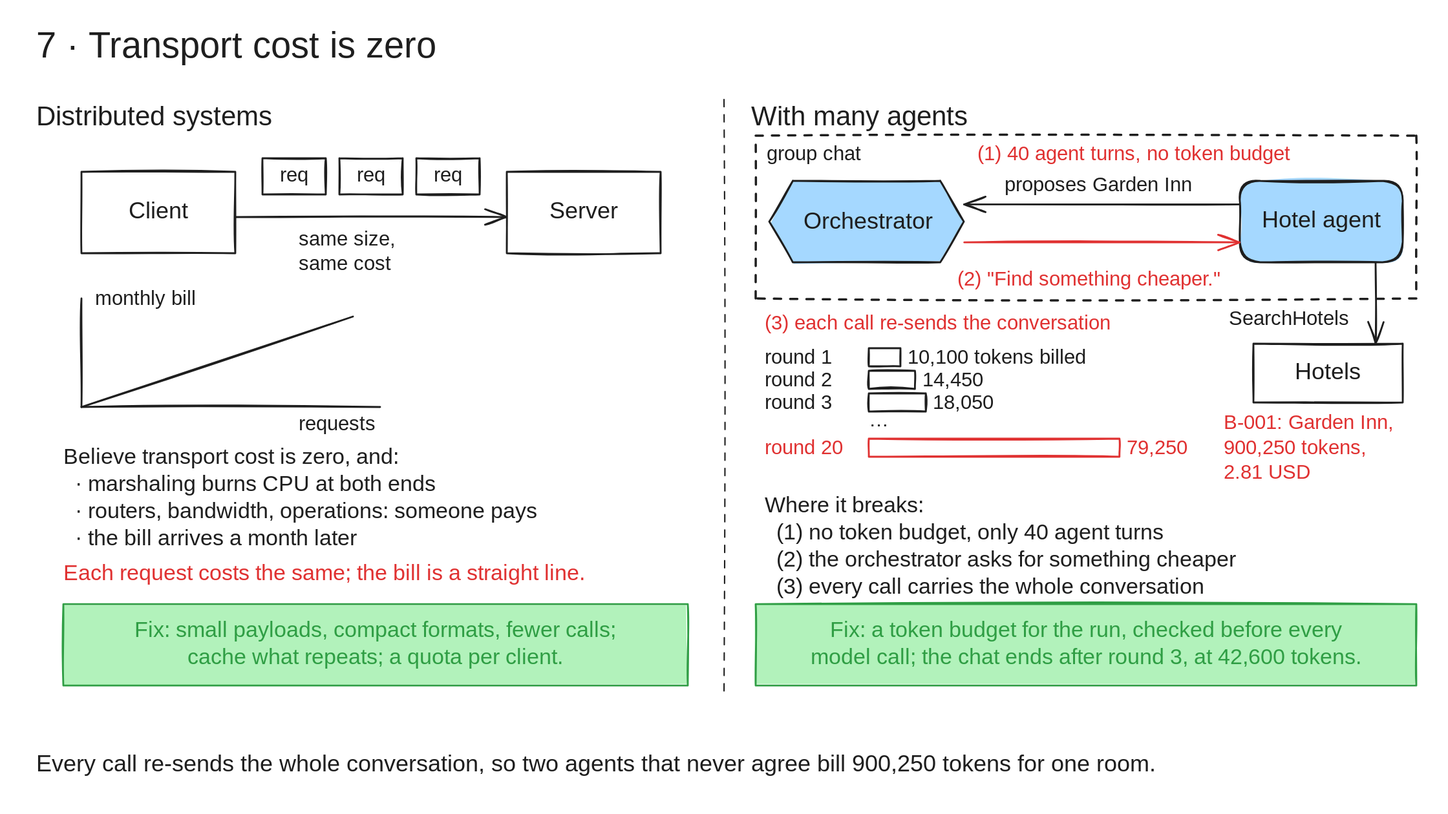
Above: fallacies/07-transport-cost-is-zero/diagram.excalidraw.svg in cdiazal/fallacies-of-distributed-agents (Excalidraw), before the change. Source tidied: one line per element, renumbered; positions are measured from the earlier drawing's top-left corner, leaving out a move shared by most shapes.
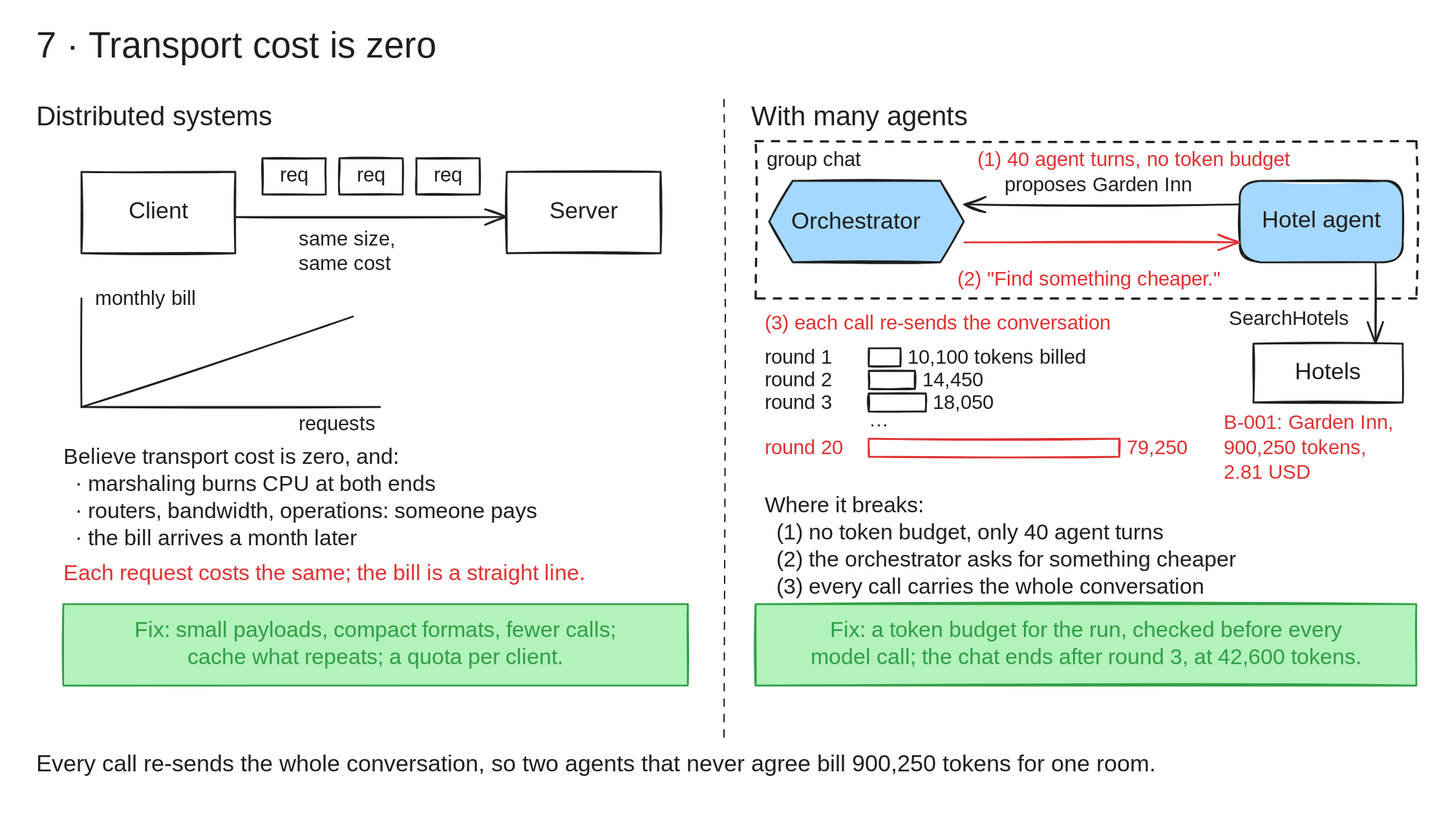
Above is the later version.

The edit, as a diff of the source:
```diff
@@ -1,8 +1,8 @@
-{"id": 0, "type": "text", "text": "7 · Transport cost is zero", "strokeColor": "#1e1e1e", "strokeWidth": 2, "roughness": 1, "fontSize": 40, "fontFamily": 5, "x": 40, "y": 28, "width": 512, "height": 50}
+{"id": 0, "type": "text", "text": "7 · Transport cost is zero", "strokeColor": "#1e1e1e", "strokeWidth": 2, "roughness": 1, "fontSize": 40, "fontFamily": 5, "x": 40, "y": 28, "width": 507, "height": 50}
 {"id": 1, "type": "text", "text": "Distributed systems", "strokeColor": "#1e1e1e", "strokeWidth": 2, "roughness": 1, "fontSize": 30, "fontFamily": 5, "x": 40, "y": 112, "width": 297, "height": 38}
 {"id": 2, "type": "text", "text": "With many agents", "strokeColor": "#1e1e1e", "strokeWidth": 2, "roughness": 1, "fontSize": 30, "fontFamily": 5, "x": 830, "y": 112, "width": 256, "height": 38}
-{"id": 3, "type": "line", "strokeColor": "#1e1e1e", "strokeWidth": 1, "strokeStyle": "dashed", "roughness": 1, "x": 800, "y": 110, "width": 0, "height": 660, "points": [[0, 0], [0, 660]]}
+{"id": 3, "type": "line", "strokeColor": "#1e1e1e", "strokeWidth": 1, "strokeStyle": "dashed", "roughness": 1, "x": 800, "y": 110, "width": 0, "height": 705, "points": [[0, 0], [0, 705]]}
-{"id": 4, "type": "text", "text": "Every call re-sends the whole conversation, so two agents that never agree bill 900,250 tokens for one room.", "strokeColor": "#1e1e1e", "strokeWidth": 2, "roughness": 1, "fontSize": 26, "fontFamily": 5, "x": 40, "y": 830, "width": 1401, "height": 32}
+{"id": 4, "type": "text", "text": "Every call re-sends the whole conversation, so two agents that never agree bill 900,250 tokens for one room.", "strokeColor": "#1e1e1e", "strokeWidth": 2, "roughness": 1, "fontSize": 26, "fontFamily": 5, "x": 40, "y": 830, "width": 1397, "height": 32}
 {"id": 5, "type": "rectangle", "strokeColor": "#1e1e1e", "strokeWidth": 2, "roughness": 1, "x": 90, "y": 190, "width": 170, "height": 90}
 {"id": 6, "type": "rectangle", "strokeColor": "#1e1e1e", "strokeWidth": 2, "roughness": 1, "x": 560, "y": 190, "width": 170, "height": 90}
 {"id": 7, "type": "rectangle", "strokeColor": "#1e1e1e", "strokeWidth": 2, "roughness": 1, "x": 290, "y": 175, "width": 70, "height": 40}
@@ -16,45 +16,45 @@
 {"id": 15, "type": "text", "text": "monthly bill", "strokeColor": "#1e1e1e", "strokeWidth": 2, "roughness": 1, "fontSize": 22, "fontFamily": 5, "x": 105, "y": 318, "width": 117, "height": 28}
 {"id": 16, "type": "text", "text": "requests", "strokeColor": "#1e1e1e", "strokeWidth": 2, "roughness": 1, "fontSize": 22, "fontFamily": 5, "x": 330, "y": 456, "width": 92, "height": 28}
 {"id": 17, "type": "text", "text": "Believe transport cost is zero, and:\n  · marshaling burns CPU at both ends\n  · routers, bandwidth, operations: someone pays\n  · the bill arrives a month later", "strokeColor": "#1e1e1e", "strokeWidth": 2, "roughness": 1, "fontSize": 24, "fontFamily": 5, "x": 70, "y": 492, "width": 566, "height": 120}
-{"id": 18, "type": "text", "text": "Each request costs the same; the bill is a straight line.", "strokeColor": "#e03131", "strokeWidth": 2, "roughness": 1, "fontSize": 24, "fontFamily": 5, "x": 70, "y": 620, "width": 649, "height": 30}
+{"id": 18, "type": "text", "text": "Each request costs the same; the bill is a straight line.", "strokeColor": "#e03131", "strokeWidth": 2, "roughness": 1, "fontSize": 24, "fontFamily": 5, "x": 70, "y": 620, "width": 647, "height": 30}
 {"id": 19, "type": "rectangle", "strokeColor": "#2f9e44", "backgroundColor": "#b2f2bb", "fillStyle": "solid", "strokeWidth": 2, "roughness": 1, "x": 70, "y": 668, "width": 690, "height": 90}
-{"id": 20, "type": "rectangle", "strokeColor": "#1e1e1e", "strokeWidth": 2, "strokeStyle": "dashed", "roughness": 1, "x": 835, "y": 150, "width": 730, "height": 180}
+{"id": 20, "type": "rectangle", "strokeColor": "#1e1e1e", "strokeWidth": 2, "strokeStyle": "dashed", "roughness": 1, "x": 835, "y": 156, "width": 730, "height": 174}
-{"id": 21, "type": "text", "text": "group chat", "strokeColor": "#1e1e1e", "strokeWidth": 2, "roughness": 1, "fontSize": 22, "fontFamily": 5, "x": 847, "y": 158, "width": 116, "height": 28}
+{"id": 21, "type": "text", "text": "group chat", "strokeColor": "#1e1e1e", "strokeWidth": 2, "roughness": 1, "fontSize": 22, "fontFamily": 5, "x": 847, "y": 164, "width": 116, "height": 28}
-{"id": 22, "type": "text", "text": "(1) 40 agent turns, no token budget", "strokeColor": "#e03131", "strokeWidth": 2, "roughness": 1, "fontSize": 22, "fontFamily": 5, "x": 1080, "y": 158, "width": 390, "height": 28}
+{"id": 22, "type": "text", "text": "(1) 40 agent turns, no token budget", "strokeColor": "#e03131", "strokeWidth": 2, "roughness": 1, "fontSize": 22, "fontFamily": 5, "x": 1080, "y": 164, "width": 390, "height": 28}
 {"id": 23, "type": "line", "strokeColor": "#1e1e1e", "backgroundColor": "#a5d8ff", "fillStyle": "solid", "strokeWidth": 2, "roughness": 1, "x": 876, "y": 200, "width": 215, "height": 90, "points": [[0, 0], [163, 0], [189, 45], [163, 90], [0, 90], [-26, 45], [0, 0]]}
-{"id": 24, "type": "text", "text": "Orchestrator", "strokeColor": "#1e1e1e", "strokeWidth": 2, "roughness": 1, "fontSize": 26, "fontFamily": 5, "x": 888, "y": 230, "width": 166, "height": 32}
+{"id": 24, "type": "text", "text": "Orchestrator", "strokeColor": "#1e1e1e", "strokeWidth": 2, "roughness": 1, "fontSize": 26, "fontFamily": 5, "x": 874, "y": 230, "width": 166, "height": 32}
 {"id": 25, "type": "rectangle", "strokeColor": "#1e1e1e", "backgroundColor": "#a5d8ff", "fillStyle": "solid", "strokeWidth": 2, "roughness": 1, "round": true, "x": 1370, "y": 200, "width": 180, "height": 90}
 {"id": 26, "type": "arrow", "strokeColor": "#1e1e1e", "strokeWidth": 2, "roughness": 1, "endArrowhead": "arrow", "x": 1370, "y": 226, "width": 304, "height": 0, "points": [[0, 0], [-304, 0]]}
-{"id": 27, "type": "text", "text": "proposes Garden Inn", "strokeColor": "#1e1e1e", "strokeWidth": 2, "roughness": 1, "fontSize": 22, "fontFamily": 5, "x": 1110, "y": 192, "width": 223, "height": 28}
+{"id": 27, "type": "text", "text": "proposes Garden Inn", "strokeColor": "#1e1e1e", "strokeWidth": 2, "roughness": 1, "fontSize": 22, "fontFamily": 5, "x": 1110, "y": 192, "width": 215, "height": 28}
 {"id": 28, "type": "arrow", "strokeColor": "#e03131", "strokeWidth": 2, "roughness": 1, "endArrowhead": "arrow", "x": 1066, "y": 268, "width": 304, "height": 0, "points": [[0, 0], [304, 0]]}
 {"id": 29, "type": "text", "text": "(2) \"Find something cheaper.\"", "strokeColor": "#e03131", "strokeWidth": 2, "roughness": 1, "fontSize": 22, "fontFamily": 5, "x": 1058, "y": 296, "width": 311, "height": 28}
 {"id": 30, "type": "rectangle", "strokeColor": "#1e1e1e", "strokeWidth": 2, "roughness": 1, "x": 1385, "y": 380, "width": 165, "height": 65}
 {"id": 31, "type": "arrow", "strokeColor": "#1e1e1e", "strokeWidth": 2, "roughness": 1, "endArrowhead": "arrow", "x": 1520, "y": 290, "width": 0, "height": 89, "points": [[0, 0], [0, 89]]}
-{"id": 32, "type": "text", "text": "SearchHotels", "strokeColor": "#1e1e1e", "strokeWidth": 2, "roughness": 1, "fontSize": 22, "fontFamily": 8, "x": 1358, "y": 340, "width": 145, "height": 28}
+{"id": 32, "type": "text", "text": "SearchHotels", "strokeColor": "#1e1e1e", "strokeWidth": 2, "roughness": 1, "fontSize": 22, "fontFamily": 8, "x": 1358, "y": 340, "width": 137, "height": 28}
 {"id": 33, "type": "text", "text": "(3) each call re-sends the conversation", "strokeColor": "#e03131", "strokeWidth": 2, "roughness": 1, "fontSize": 22, "fontFamily": 5, "x": 845, "y": 345, "width": 419, "height": 28}
 {"id": 34, "type": "text", "text": "round 1", "strokeColor": "#1e1e1e", "strokeWidth": 2, "roughness": 1, "fontSize": 22, "fontFamily": 5, "x": 845, "y": 383, "width": 77, "height": 28}
 {"id": 35, "type": "rectangle", "strokeColor": "#1e1e1e", "strokeWidth": 2, "roughness": 1, "x": 960, "y": 385, "width": 35, "height": 20}
 {"id": 36, "type": "text", "text": "10,100 tokens billed", "strokeColor": "#1e1e1e", "strokeWidth": 2, "roughness": 1, "fontSize": 22, "fontFamily": 5, "x": 1003, "y": 383, "width": 210, "height": 28}
 {"id": 37, "type": "text", "text": "round 2", "strokeColor": "#1e1e1e", "strokeWidth": 2, "roughness": 1, "fontSize": 22, "fontFamily": 5, "x": 845, "y": 408, "width": 83, "height": 28}
 {"id": 38, "type": "rectangle", "strokeColor": "#1e1e1e", "strokeWidth": 2, "roughness": 1, "x": 960, "y": 410, "width": 51, "height": 20}
-{"id": 39, "type": "text", "text": "14,450", "strokeColor": "#1e1e1e", "strokeWidth": 2, "roughness": 1, "fontSize": 22, "fontFamily": 5, "x": 1019, "y": 408, "width": 69, "height": 28}
+{"id": 39, "type": "text", "text": "14,450", "strokeColor": "#1e1e1e", "strokeWidth": 2, "roughness": 1, "fontSize": 22, "fontFamily": 5, "x": 1019, "y": 408, "width": 67, "height": 28}
 {"id": 40, "type": "text", "text": "round 3", "strokeColor": "#1e1e1e", "strokeWidth": 2, "roughness": 1, "fontSize": 22, "fontFamily": 5, "x": 845, "y": 433, "width": 81, "height": 28}
 {"id": 41, "type": "rectangle", "strokeColor": "#1e1e1e", "strokeWidth": 2, "roughness": 1, "x": 960, "y": 435, "width": 63, "height": 20}
-{"id": 42, "type": "text", "text": "18,050", "strokeColor": "#1e1e1e", "strokeWidth": 2, "roughness": 1, "fontSize": 22, "fontFamily": 5, "x": 1031, "y": 433, "width": 72, "height": 28}
+{"id": 42, "type": "text", "text": "18,050", "strokeColor": "#1e1e1e", "strokeWidth": 2, "roughness": 1, "fontSize": 22, "fontFamily": 5, "x": 1031, "y": 433, "width": 68, "height": 28}
 {"id": 43, "type": "text", "text": "…", "strokeColor": "#1e1e1e", "strokeWidth": 2, "roughness": 1, "fontSize": 22, "fontFamily": 5, "x": 960, "y": 452, "width": 16, "height": 28}
 {"id": 44, "type": "text", "text": "round 20", "strokeColor": "#e03131", "strokeWidth": 2, "roughness": 1, "fontSize": 22, "fontFamily": 5, "x": 845, "y": 483, "width": 98, "height": 28}
 {"id": 45, "type": "rectangle", "strokeColor": "#e03131", "strokeWidth": 2, "roughness": 1, "x": 960, "y": 485, "width": 277, "height": 20}
-{"id": 46, "type": "text", "text": "79,250", "strokeColor": "#e03131", "strokeWidth": 2, "roughness": 1, "fontSize": 22, "fontFamily": 5, "x": 1245, "y": 483, "width": 75, "height": 28}
+{"id": 46, "type": "text", "text": "79,250", "strokeColor": "#e03131", "strokeWidth": 2, "roughness": 1, "fontSize": 22, "fontFamily": 5, "x": 1245, "y": 483, "width": 72, "height": 28}
-{"id": 47, "type": "text", "text": "B-001: Garden Inn,\n900,250 tokens,\n2.81 USD", "strokeColor": "#e03131", "strokeWidth": 2, "roughness": 1, "fontSize": 22, "fontFamily": 5, "x": 1352, "y": 455, "width": 204, "height": 82}
+{"id": 47, "type": "text", "text": "B-001: Garden Inn,\n900,250 tokens,\n2.81 USD", "strokeColor": "#e03131", "strokeWidth": 2, "roughness": 1, "fontSize": 22, "fontFamily": 5, "x": 1352, "y": 455, "width": 196, "height": 82}
 {"id": 48, "type": "text", "text": "Where it breaks:\n  (1) no token budget, only 40 agent turns\n  (2) the orchestrator asks for something cheaper\n  (3) every call carries the whole conversation", "strokeColor": "#1e1e1e", "strokeWidth": 2, "roughness": 1, "fontSize": 24, "fontFamily": 5, "x": 845, "y": 545, "width": 595, "height": 120}
 {"id": 49, "type": "rectangle", "strokeColor": "#2f9e44", "backgroundColor": "#b2f2bb", "fillStyle": "solid", "strokeWidth": 2, "roughness": 1, "x": 835, "y": 668, "width": 730, "height": 90}
 {"id": 50, "type": "frame", "strokeColor": "#1e1e1e", "strokeWidth": 2, "roughness": 1, "x": 0, "y": 0, "width": 1600, "height": 900}
 {"id": 51, "type": "text", "text": "Client", "strokeColor": "#1e1e1e", "strokeWidth": 2, "roughness": 1, "fontSize": 26, "fontFamily": 5, "textAlign": "center", "verticalAlign": "middle", "inside": 5, "x": 140, "y": 219, "width": 71, "height": 32}
 {"id": 52, "type": "text", "text": "Server", "strokeColor": "#1e1e1e", "strokeWidth": 2, "roughness": 1, "fontSize": 26, "fontFamily": 5, "textAlign": "center", "verticalAlign": "middle", "inside": 6, "x": 605, "y": 219, "width": 79, "height": 32}
-{"id": 53, "type": "text", "text": "req", "strokeColor": "#1e1e1e", "strokeWidth": 2, "roughness": 1, "fontSize": 22, "fontFamily": 5, "textAlign": "center", "verticalAlign": "middle", "inside": 7, "x": 309, "y": 181, "width": 32, "height": 28}
-{"id": 54, "type": "text", "text": "req", "strokeColor": "#1e1e1e", "strokeWidth": 2, "roughness": 1, "fontSize": 22, "fontFamily": 5, "textAlign": "center", "verticalAlign": "middle", "inside": 8, "x": 394, "y": 181, "width": 32, "height": 28}
-{"id": 55, "type": "text", "text": "req", "strokeColor": "#1e1e1e", "strokeWidth": 2, "roughness": 1, "fontSize": 22, "fontFamily": 5, "textAlign": "center", "verticalAlign": "middle", "inside": 9, "x": 479, "y": 181, "width": 32, "height": 28}
+{"id": 60, "type": "text", "text": "req", "strokeColor": "#1e1e1e", "strokeWidth": 2, "roughness": 1, "fontSize": 22, "fontFamily": 5, "textAlign": "center", "verticalAlign": "middle", "inside": 7, "x": 309, "y": 181, "width": 32, "height": 28}
+{"id": 61, "type": "text", "text": "req", "strokeColor": "#1e1e1e", "strokeWidth": 2, "roughness": 1, "fontSize": 22, "fontFamily": 5, "textAlign": "center", "verticalAlign": "middle", "inside": 8, "x": 394, "y": 181, "width": 32, "height": 28}
+{"id": 62, "type": "text", "text": "req", "strokeColor": "#1e1e1e", "strokeWidth": 2, "roughness": 1, "fontSize": 22, "fontFamily": 5, "textAlign": "center", "verticalAlign": "middle", "inside": 9, "x": 479, "y": 181, "width": 32, "height": 28}
-{"id": 56, "type": "text", "text": "Fix: small payloads, compact formats, fewer calls;\ncache what repeats; a quota per client.", "strokeColor": "#2f9e44", "strokeWidth": 2, "roughness": 1, "fontSize": 24, "fontFamily": 5, "textAlign": "center", "verticalAlign": "middle", "inside": 19, "x": 128, "y": 683, "width": 574, "height": 60}
+{"id": 56, "type": "text", "text": "Fix: small payloads, compact formats, fewer calls;\ncache what repeats; a quota per client.", "strokeColor": "#2f9e44", "strokeWidth": 2, "roughness": 1, "fontSize": 24, "fontFamily": 5, "textAlign": "center", "verticalAlign": "middle", "inside": 19, "x": 129, "y": 683, "width": 572, "height": 60}
-{"id": 57, "type": "text", "text": "Hotel agent", "strokeColor": "#1e1e1e", "strokeWidth": 2, "roughness": 1, "fontSize": 26, "fontFamily": 5, "textAlign": "center", "verticalAlign": "middle", "inside": 25, "x": 1387, "y": 229, "width": 147, "height": 32}
+{"id": 57, "type": "text", "text": "Hotel agent", "strokeColor": "#1e1e1e", "strokeWidth": 2, "roughness": 1, "fontSize": 26, "fontFamily": 5, "textAlign": "center", "verticalAlign": "middle", "inside": 25, "x": 1385, "y": 229, "width": 150, "height": 32}
-{"id": 58, "type": "text", "text": "Hotels", "strokeColor": "#1e1e1e", "strokeWidth": 2, "roughness": 1, "fontSize": 26, "fontFamily": 5, "textAlign": "center", "verticalAlign": "middle", "inside": 30, "x": 1428, "y": 396, "width": 79, "height": 32}
+{"id": 58, "type": "text", "text": "Hotels", "strokeColor": "#1e1e1e", "strokeWidth": 2, "roughness": 1, "fontSize": 26, "fontFamily": 5, "textAlign": "center", "verticalAlign": "middle", "inside": 30, "x": 1426, "y": 396, "width": 82, "height": 32}
-{"id": 59, "type": "text", "text": "Fix: a token budget for the run, checked before every\nmodel call; the chat ends after round 3, at 42,600 tokens.", "strokeColor": "#2f9e44", "strokeWidth": 2, "roughness": 1, "fontSize": 24, "fontFamily": 5, "textAlign": "center", "verticalAlign": "middle", "inside": 49, "x": 854, "y": 683, "width": 693, "height": 60}
+{"id": 59, "type": "text", "text": "Fix: a token budget for the run, checked before every\nmodel call; the chat ends after round 3, at 42,600 tokens.", "strokeColor": "#2f9e44", "strokeWidth": 2, "roughness": 1, "fontSize": 24, "fontFamily": 5, "textAlign": "center", "verticalAlign": "middle", "inside": 49, "x": 856, "y": 683, "width": 688, "height": 60}
```
